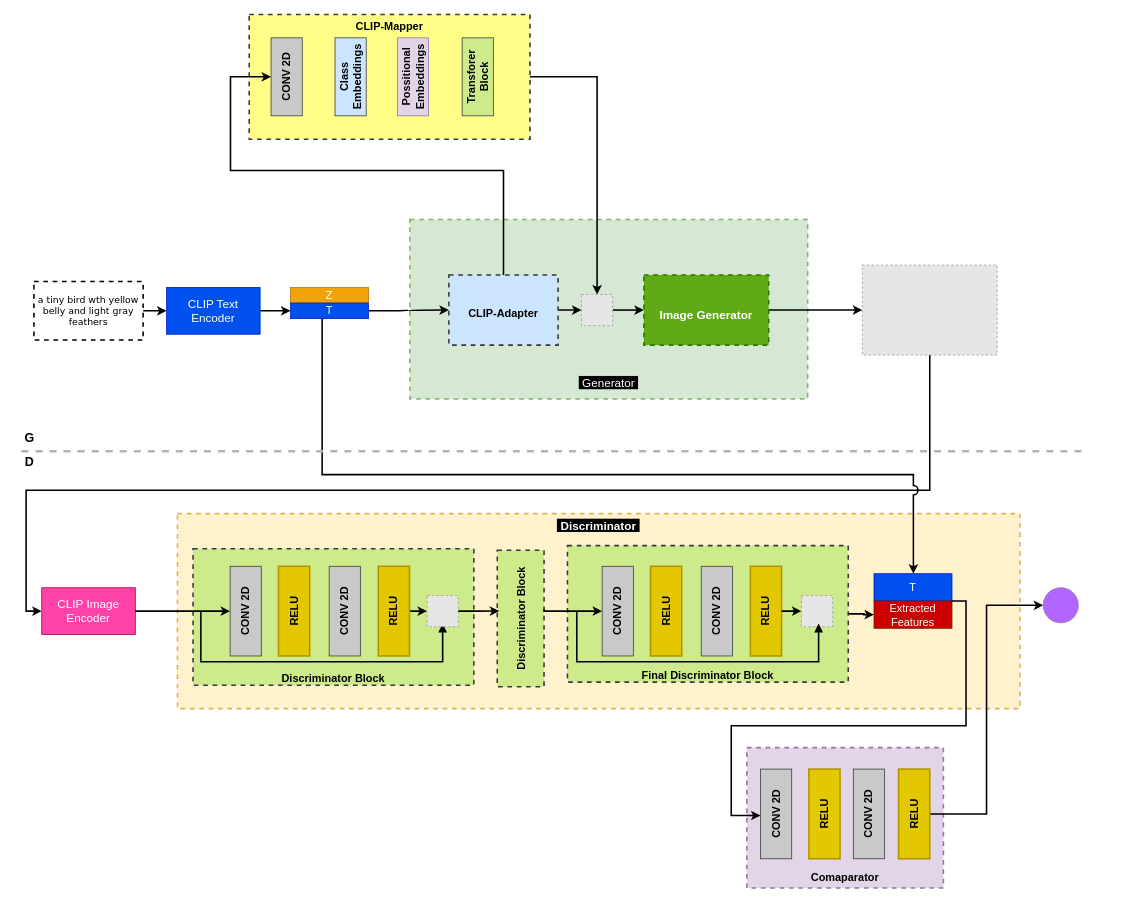
Before: code/model/EfficientCLIP-GAN.drawio in VinayHajare/EfficientCLIP-GAN, a draw.io diagram. Source tidied: cells renumbered, new cells numbered last; positions are measured from the earlier drawing's top-left corner, leaving out a move shared by most shapes. Both pictures are drawn from the tidied source at 78%, with x=0, y=0 at pixel (13, 14). Pictures stored in the file or linked from it are replaced by grey dashed boxes.
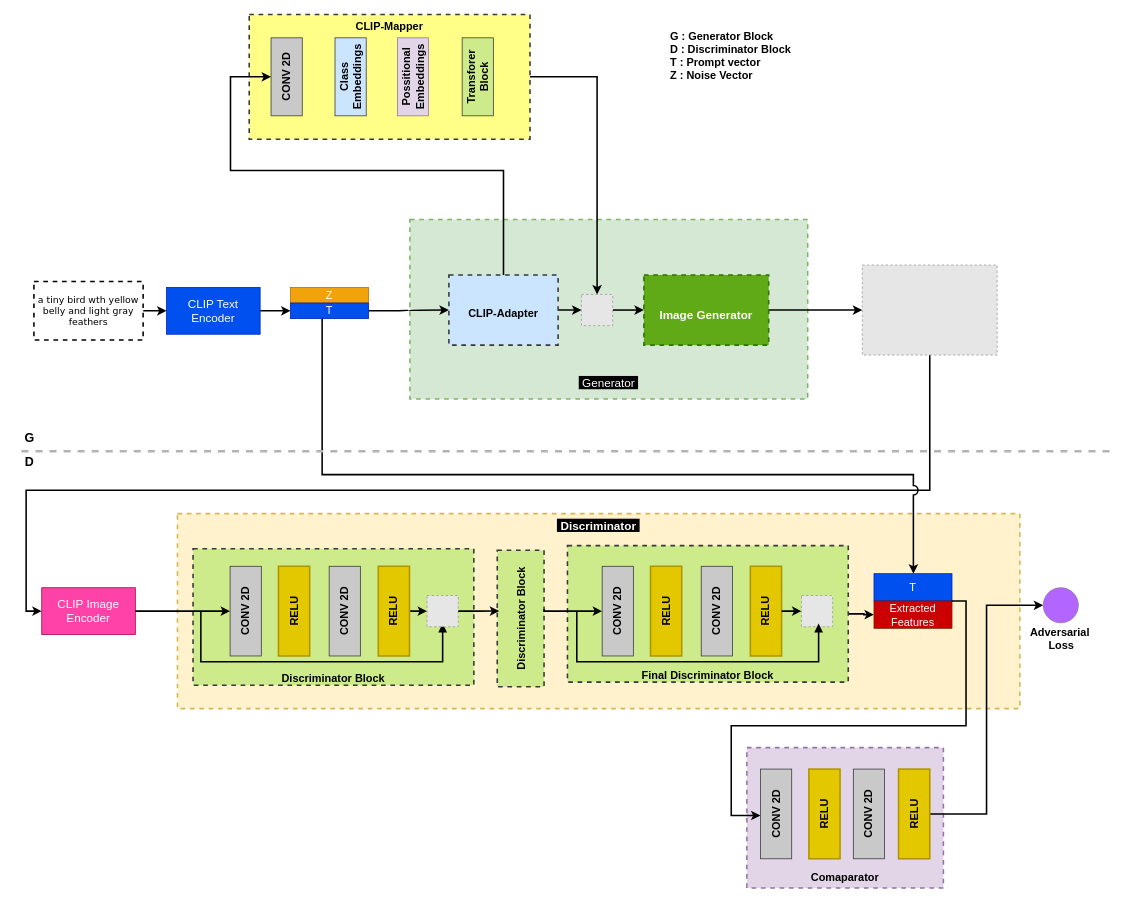
Above is the later version.

Change to the diagram source:
```diff
@@
     <mxCell id="27" style="endArrow=none;dashed=1;html=1;rounded=0;strokeWidth=3;strokeColor=#B3B3B3;" parent="1" edge="1">
       <mxGeometry relative="1" as="geometry">
         <mxPoint x="10" y="560" as="sourcePoint" />
-        <mxPoint x="1370" y="560" as="targetPoint" />
+        <mxPoint x="1410" y="560" as="targetPoint" />
       </mxGeometry>
     </mxCell>
@@
+    <mxCell id="63" value="&lt;font style=&quot;font-size: 14px;&quot;&gt;&lt;b&gt;G : Generator Block&lt;/b&gt;&lt;/font&gt;&lt;div style=&quot;font-size: 14px;&quot;&gt;&lt;font style=&quot;font-size: 14px;&quot;&gt;&lt;b&gt;D : Discriminator Block&lt;/b&gt;&lt;/font&gt;&lt;/div&gt;&lt;div style=&quot;font-size: 14px;&quot;&gt;&lt;font style=&quot;font-size: 14px;&quot;&gt;&lt;b&gt;T : Prompt vector&lt;/b&gt;&lt;/font&gt;&lt;/div&gt;&lt;div style=&quot;font-size: 14px;&quot;&gt;&lt;font style=&quot;font-size: 14px;&quot;&gt;&lt;b&gt;Z : Noise Vector&lt;/b&gt;&lt;/font&gt;&lt;/div&gt;" style="text;html=1;align=left;verticalAlign=middle;strokeColor=none;fillColor=none;strokeWidth=3;" parent="1" vertex="1">
+      <mxGeometry x="840" y="13" width="180" height="80" as="geometry" />
+    </mxCell>
+    <mxCell id="64" value="&lt;font style=&quot;font-size: 14px;&quot;&gt;&lt;b&gt;Adversarial&amp;nbsp;&lt;/b&gt;&lt;/font&gt;&lt;div&gt;&lt;font style=&quot;font-size: 14px;&quot;&gt;&lt;b&gt;Loss&lt;/b&gt;&lt;/font&gt;&lt;/div&gt;" style="text;html=1;align=center;verticalAlign=middle;strokeColor=none;fillColor=none;" parent="1" vertex="1">
+      <mxGeometry x="1292.5" y="775" width="100" height="50" as="geometry" />
+    </mxCell>
```
